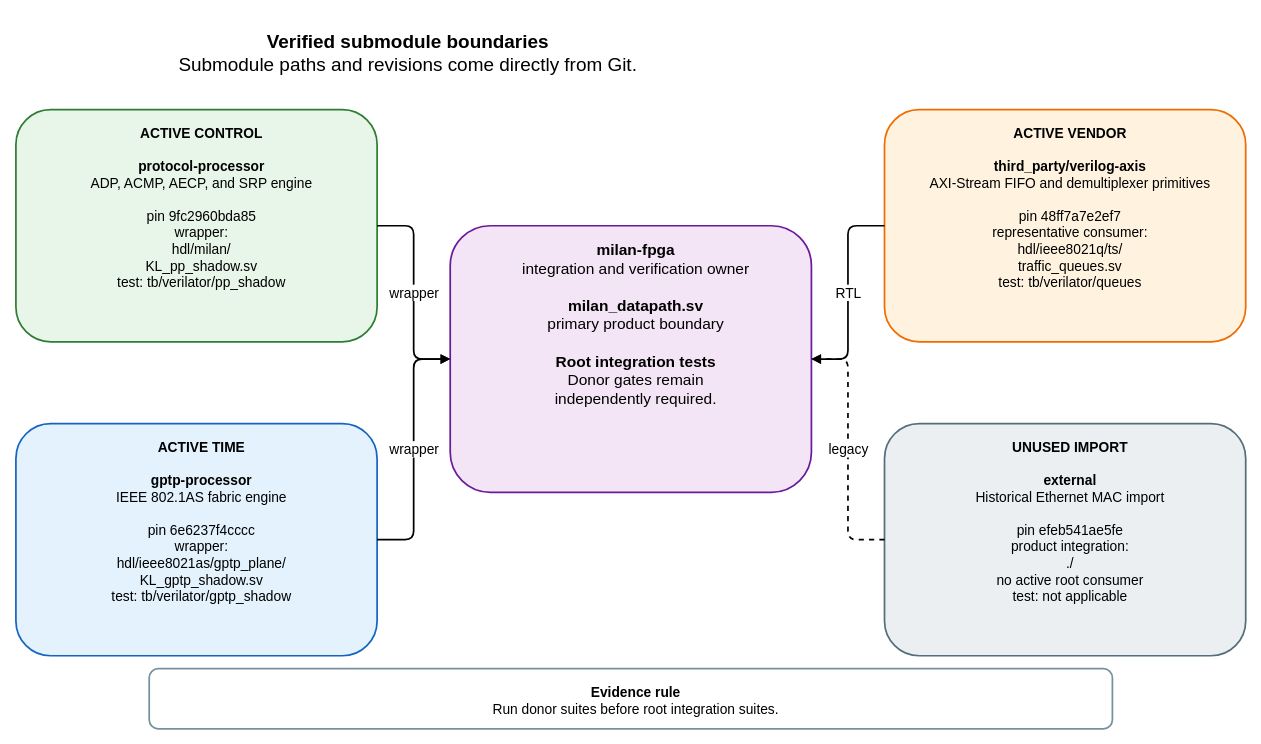
This is docs/diagrams/submodule_boundaries.drawio from kebag-logic/milan-fpga, a draw.io file, before an edit. Source tidied: cells renumbered, new cells numbered last; positions are measured from the earlier drawing's top-left corner, leaving out a move shared by most shapes. Both pictures are drawn from the tidied source at 86%, with x=0, y=0 at pixel (15, 15).
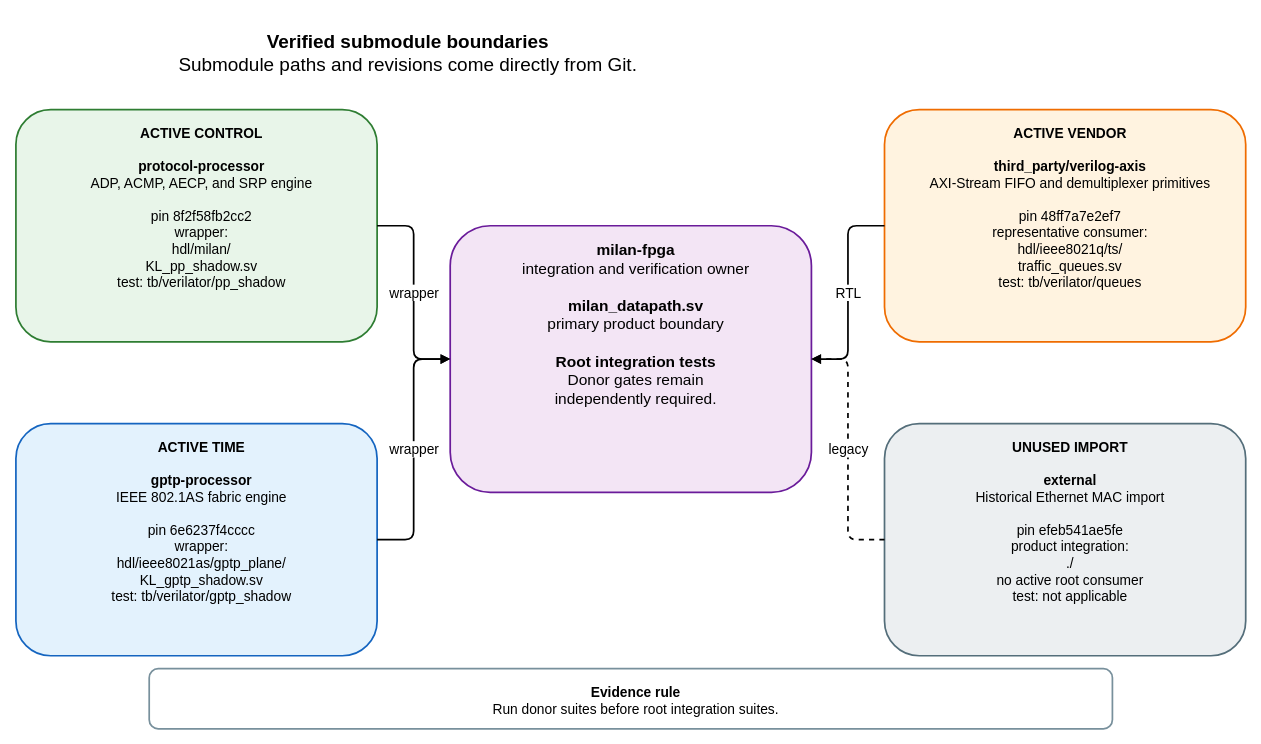
The same diagram, later.

Commit message (it also covers changes not shown here):
Pin the protocol processor at its merged main tip

The edit, as a diff of the source:
```diff
@@
 <mxGraphModel>
   <root>
     <mxCell id="0" />
     <mxCell id="1" parent="0" />
     <mxCell id="2" value="&lt;b&gt;Verified submodule boundaries&lt;/b&gt;&lt;br&gt;Submodule paths and revisions come directly from Git." style="rounded=1;whiteSpace=wrap;html=1;verticalAlign=top;spacingTop=12;spacingLeft=12;fontSize=22;fontFamily=Helvetica;fillColor=none;strokeColor=none;strokeWidth=2;" parent="1" vertex="1">
       <mxGeometry width="900" height="65" as="geometry" />
     </mxCell>
     <mxCell id="3" value="&lt;b&gt;milan-fpga&lt;/b&gt;&lt;br&gt;integration and verification owner&lt;br&gt;&lt;br&gt;&lt;b&gt;milan_datapath.sv&lt;/b&gt;&lt;br&gt;primary product boundary&lt;br&gt;&lt;br&gt;&lt;b&gt;Root integration tests&lt;/b&gt;&lt;br&gt;Donor gates remain&lt;br&gt;independently required." style="rounded=1;whiteSpace=wrap;html=1;verticalAlign=top;spacingTop=12;spacingLeft=12;fontSize=18;fontFamily=Helvetica;fillColor=#F3E5F5;strokeColor=#6A1B9A;strokeWidth=2;" parent="1" vertex="1">
       <mxGeometry x="505" y="245" width="420" height="310" as="geometry" />
     </mxCell>
-    <mxCell id="4" value="&lt;b&gt;ACTIVE CONTROL&lt;/b&gt;&lt;br&gt;&lt;br&gt;&lt;b&gt;protocol-processor&lt;/b&gt;&lt;br&gt;ADP, ACMP, AECP, and SRP engine&lt;br&gt;&lt;br&gt;pin 9fc2960bda85&lt;br&gt;wrapper:&lt;br&gt;hdl/milan/&lt;br&gt;KL_pp_shadow.sv&lt;br&gt;test: tb/verilator/pp_shadow" style="rounded=1;whiteSpace=wrap;html=1;verticalAlign=top;spacingTop=12;spacingLeft=12;fontSize=16;fontFamily=Helvetica;fillColor=#E8F5E9;strokeColor=#2E7D32;strokeWidth=2;" parent="1" vertex="1">
+    <mxCell id="4" value="&lt;b&gt;ACTIVE CONTROL&lt;/b&gt;&lt;br&gt;&lt;br&gt;&lt;b&gt;protocol-processor&lt;/b&gt;&lt;br&gt;ADP, ACMP, AECP, and SRP engine&lt;br&gt;&lt;br&gt;pin 8f2f58fb2cc2&lt;br&gt;wrapper:&lt;br&gt;hdl/milan/&lt;br&gt;KL_pp_shadow.sv&lt;br&gt;test: tb/verilator/pp_shadow" style="rounded=1;whiteSpace=wrap;html=1;verticalAlign=top;spacingTop=12;spacingLeft=12;fontSize=16;fontFamily=Helvetica;fillColor=#E8F5E9;strokeColor=#2E7D32;strokeWidth=2;" parent="1" vertex="1">
       <mxGeometry y="110" width="420" height="270" as="geometry" />
     </mxCell>
     <mxCell id="5" value="&lt;b&gt;ACTIVE TIME&lt;/b&gt;&lt;br&gt;&lt;br&gt;&lt;b&gt;gptp-processor&lt;/b&gt;&lt;br&gt;IEEE 802.1AS fabric engine&lt;br&gt;&lt;br&gt;pin 6e6237f4cccc&lt;br&gt;wrapper:&lt;br&gt;hdl/ieee8021as/gptp_plane/&lt;br&gt;KL_gptp_shadow.sv&lt;br&gt;test: tb/verilator/gptp_shadow" style="rounded=1;whiteSpace=wrap;html=1;verticalAlign=top;spacingTop=12;spacingLeft=12;fontSize=16;fontFamily=Helvetica;fillColor=#E3F2FD;strokeColor=#1565C0;strokeWidth=2;" parent="1" vertex="1">
       <mxGeometry y="475" width="420" height="270" as="geometry" />
     </mxCell>
     <mxCell id="6" value="&lt;b&gt;ACTIVE VENDOR&lt;/b&gt;&lt;br&gt;&lt;br&gt;&lt;b&gt;third_party/verilog-axis&lt;/b&gt;&lt;br&gt;AXI-Stream FIFO and demultiplexer primitives&lt;br&gt;&lt;br&gt;pin 48ff7a7e2ef7&lt;br&gt;representative consumer:&lt;br&gt;hdl/ieee8021q/ts/&lt;br&gt;traffic_queues.sv&lt;br&gt;test: tb/verilator/queues" style="rounded=1;whiteSpace=wrap;html=1;verticalAlign=top;spacingTop=12;spacingLeft=12;fontSize=16;fontFamily=Helvetica;fillColor=#FFF3E0;strokeColor=#EF6C00;strokeWidth=2;" parent="1" vertex="1">
       <mxGeometry x="1010" y="110" width="420" height="270" as="geometry" />
     </mxCell>
     <mxCell id="7" value="&lt;b&gt;UNUSED IMPORT&lt;/b&gt;&lt;br&gt;&lt;br&gt;&lt;b&gt;external&lt;/b&gt;&lt;br&gt;Historical Ethernet MAC import&lt;br&gt;&lt;br&gt;pin efeb541ae5fe&lt;br&gt;product integration:&lt;br&gt;./&lt;br&gt;no active root consumer&lt;br&gt;test: not applicable" style="rounded=1;whiteSpace=wrap;html=1;verticalAlign=top;spacingTop=12;spacingLeft=12;fontSize=16;fontFamily=Helvetica;fillColor=#ECEFF1;strokeColor=#546E7A;strokeWidth=2;" parent="1" vertex="1">
       <mxGeometry x="1010" y="475" width="420" height="270" as="geometry" />
     </mxCell>
     <mxCell id="8" value="wrapper" style="edgeStyle=orthogonalEdgeStyle;rounded=1;jettySize=auto;html=1;endArrow=block;endFill=1;strokeWidth=2;fontSize=16;fontFamily=Helvetica;labelBackgroundColor=#FFFFFF;" parent="1" edge="1" source="4" target="3">
       <mxGeometry relative="1" as="geometry" />
     </mxCell>
     <mxCell id="9" value="wrapper" style="edgeStyle=orthogonalEdgeStyle;rounded=1;jettySize=auto;html=1;endArrow=block;endFill=1;strokeWidth=2;fontSize=16;fontFamily=Helvetica;labelBackgroundColor=#FFFFFF;" parent="1" edge="1" source="5" target="3">
       <mxGeometry relative="1" as="geometry" />
     </mxCell>
     <mxCell id="10" value="RTL" style="edgeStyle=orthogonalEdgeStyle;rounded=1;jettySize=auto;html=1;endArrow=block;endFill=1;strokeWidth=2;fontSize=16;fontFamily=Helvetica;labelBackgroundColor=#FFFFFF;" parent="1" edge="1" source="6" target="3">
       <mxGeometry relative="1" as="geometry" />
     </mxCell>
     <mxCell id="11" value="legacy" style="edgeStyle=orthogonalEdgeStyle;rounded=1;jettySize=auto;html=1;endArrow=block;endFill=1;strokeWidth=2;fontSize=16;fontFamily=Helvetica;labelBackgroundColor=#FFFFFF;dashed=1;" parent="1" edge="1" source="7" target="3">
       <mxGeometry relative="1" as="geometry" />
     </mxCell>
     <mxCell id="12" value="&lt;b&gt;Evidence rule&lt;/b&gt;&lt;br&gt;Run donor suites before root integration suites." style="rounded=1;whiteSpace=wrap;html=1;verticalAlign=top;spacingTop=12;spacingLeft=12;fontSize=16;fontFamily=Helvetica;fillColor=#FFFFFF;strokeColor=#78909C;strokeWidth=2;" parent="1" vertex="1">
       <mxGeometry x="155" y="760" width="1120" height="70" as="geometry" />
     </mxCell>
   </root>
 </mxGraphModel>
```
